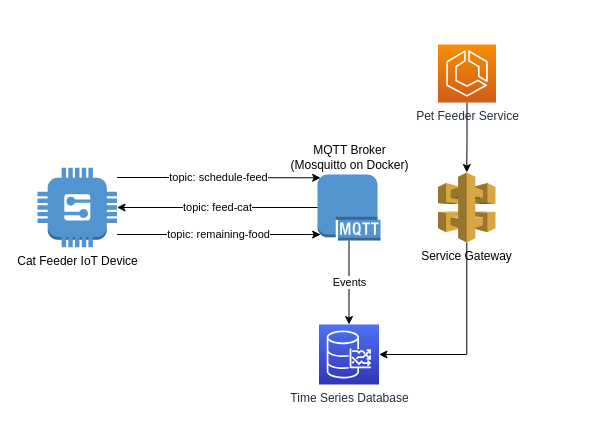
Before: ta_pet_feeder/pet_feeder_system_design.drawio in erdigokce/thingsaware, a draw.io diagram. Source tidied: cells renumbered, new cells numbered last; positions are measured from the earlier drawing's top-left corner, leaving out a move shared by most shapes. Both pictures are drawn from the tidied source at 100%, with x=0, y=0 at pixel (37, 44).
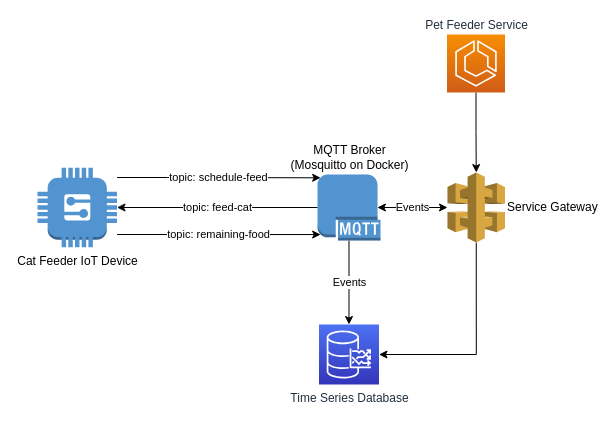
Above is the later version.

Commit message:
service talks with mqtt broker

Change to the diagram source:
```diff
@@
 <mxGraphModel>
   <root>
     <mxCell id="0" />
     <mxCell id="1" parent="0" />
     <mxCell id="2" value="Events" style="edgeStyle=orthogonalEdgeStyle;rounded=0;jettySize=auto;html=1;entryX=0.5;entryY=0;entryDx=0;entryDy=0;entryPerimeter=0;" parent="1" edge="1" source="3" target="8">
       <mxGeometry relative="1" as="geometry" />
     </mxCell>
     <mxCell id="3" value="MQTT Broker&lt;br&gt;(Mosquitto on Docker)" style="outlineConnect=0;dashed=0;verticalLabelPosition=top;verticalAlign=bottom;align=center;html=1;shape=mxgraph.aws3.mqtt_protocol;fillColor=#5294CF;gradientColor=none;labelPosition=center;" parent="1" vertex="1">
       <mxGeometry x="280" y="130" width="63" height="66" as="geometry" />
     </mxCell>
     <mxCell id="4" value="topic: feed-cat" style="edgeStyle=orthogonalEdgeStyle;rounded=0;jettySize=auto;html=1;entryX=0;entryY=0.5;entryDx=0;entryDy=0;entryPerimeter=0;startArrow=classic;startFill=1;endArrow=none;endFill=0;" parent="1" edge="1" source="7" target="3">
       <mxGeometry relative="1" as="geometry" />
     </mxCell>
     <mxCell id="5" value="topic: schedule-feed" style="edgeStyle=orthogonalEdgeStyle;rounded=0;jettySize=auto;html=1;entryX=0.05;entryY=0.05;entryDx=0;entryDy=0;entryPerimeter=0;startArrow=none;startFill=0;" parent="1" edge="1" source="7" target="3">
       <mxGeometry relative="1" as="geometry">
         <Array as="points">
           <mxPoint x="130" y="133" />
           <mxPoint x="130" y="133" />
         </Array>
       </mxGeometry>
     </mxCell>
     <mxCell id="6" value="topic: remaining-food" style="edgeStyle=orthogonalEdgeStyle;rounded=0;jettySize=auto;html=1;entryX=0.05;entryY=0.91;entryDx=0;entryDy=0;entryPerimeter=0;startArrow=none;startFill=0;endArrow=classic;endFill=1;" parent="1" edge="1" source="7" target="3">
       <mxGeometry relative="1" as="geometry">
         <Array as="points">
           <mxPoint x="130" y="190" />
           <mxPoint x="130" y="190" />
         </Array>
       </mxGeometry>
     </mxCell>
     <mxCell id="7" value="Cat Feeder IoT Device" style="outlineConnect=0;dashed=0;verticalLabelPosition=bottom;verticalAlign=top;align=center;html=1;shape=mxgraph.aws3.generic;fillColor=#5294CF;gradientColor=none;" parent="1" vertex="1">
       <mxGeometry y="123.2" width="79.5" height="79.5" as="geometry" />
     </mxCell>
     <mxCell id="8" value="Time Series Database" style="sketch=0;points=[[0,0,0],[0.25,0,0],[0.5,0,0],[0.75,0,0],[1,0,0],[0,1,0],[0.25,1,0],[0.5,1,0],[0.75,1,0],[1,1,0],[0,0.25,0],[0,0.5,0],[0,0.75,0],[1,0.25,0],[1,0.5,0],[1,0.75,0]];outlineConnect=0;fontColor=#232F3E;gradientColor=#4D72F3;gradientDirection=north;fillColor=#3334B9;strokeColor=#ffffff;dashed=0;verticalLabelPosition=bottom;verticalAlign=top;align=center;html=1;fontSize=12;fontStyle=0;shape=mxgraph.aws4.resourceIcon;resIcon=mxgraph.aws4.timestream;" parent="1" vertex="1">
       <mxGeometry x="281.5" y="280" width="60" height="60" as="geometry" />
     </mxCell>
     <mxCell id="9" style="edgeStyle=orthogonalEdgeStyle;rounded=0;jettySize=auto;html=1;entryX=0.5;entryY=0;entryDx=0;entryDy=0;entryPerimeter=0;startArrow=none;startFill=0;" parent="1" edge="1" source="10" target="12">
       <mxGeometry relative="1" as="geometry" />
     </mxCell>
-    <mxCell id="10" value="Pet Feeder Service" style="sketch=0;points=[[0,0,0],[0.25,0,0],[0.5,0,0],[0.75,0,0],[1,0,0],[0,1,0],[0.25,1,0],[0.5,1,0],[0.75,1,0],[1,1,0],[0,0.25,0],[0,0.5,0],[0,0.75,0],[1,0.25,0],[1,0.5,0],[1,0.75,0]];outlineConnect=0;fontColor=#232F3E;gradientColor=#F78E04;gradientDirection=north;fillColor=#D05C17;strokeColor=#ffffff;dashed=0;verticalLabelPosition=bottom;verticalAlign=top;align=center;html=1;fontSize=12;fontStyle=0;shape=mxgraph.aws4.resourceIcon;resIcon=mxgraph.aws4.ecs;" parent="1" vertex="1">
-      <mxGeometry x="400.5" width="58" height="58" as="geometry" />
+    <mxCell id="10" value="Pet Feeder Service" style="sketch=0;points=[[0,0,0],[0.25,0,0],[0.5,0,0],[0.75,0,0],[1,0,0],[0,1,0],[0.25,1,0],[0.5,1,0],[0.75,1,0],[1,1,0],[0,0.25,0],[0,0.5,0],[0,0.75,0],[1,0.25,0],[1,0.5,0],[1,0.75,0]];outlineConnect=0;fontColor=#232F3E;gradientColor=#F78E04;gradientDirection=north;fillColor=#D05C17;strokeColor=#ffffff;dashed=0;verticalLabelPosition=top;verticalAlign=bottom;align=center;html=1;fontSize=12;fontStyle=0;shape=mxgraph.aws4.resourceIcon;resIcon=mxgraph.aws4.ecs;labelPosition=center;" parent="1" vertex="1">
+      <mxGeometry x="409.5" y="-10" width="58" height="58" as="geometry" />
     </mxCell>
-    <mxCell id="11" style="edgeStyle=orthogonalEdgeStyle;rounded=0;jettySize=auto;html=1;entryX=1;entryY=0.5;entryDx=0;entryDy=0;entryPerimeter=0;startArrow=none;startFill=0;" parent="1" edge="1" source="12" target="8">
+    <mxCell id="11" style="edgeStyle=orthogonalEdgeStyle;rounded=0;jettySize=auto;html=1;entryX=1;entryY=0.5;entryDx=0;entryDy=0;entryPerimeter=0;startArrow=none;startFill=0;exitX=0.5;exitY=1;exitDx=0;exitDy=0;exitPerimeter=0;" parent="1" edge="1" source="12" target="8">
       <mxGeometry relative="1" as="geometry">
         <Array as="points">
-          <mxPoint x="429" y="310" />
+          <mxPoint x="439" y="310" />
         </Array>
       </mxGeometry>
     </mxCell>
+    <mxCell id="13" value="Events" style="edgeStyle=orthogonalEdgeStyle;rounded=0;jettySize=auto;html=1;entryX=0.95;entryY=0.5;entryDx=0;entryDy=0;entryPerimeter=0;startArrow=classic;startFill=1;" parent="1" edge="1" source="12" target="3">
+      <mxGeometry relative="1" as="geometry" />
+    </mxCell>
-    <mxCell id="12" value="Service Gateway" style="outlineConnect=0;dashed=0;verticalLabelPosition=bottom;verticalAlign=top;align=center;html=1;shape=mxgraph.aws3.api_gateway;fillColor=#D9A741;gradientColor=none;" parent="1" vertex="1">
-      <mxGeometry x="400.5" y="128" width="57.5" height="70" as="geometry" />
+    <mxCell id="12" value="Service Gateway" style="outlineConnect=0;dashed=0;verticalLabelPosition=middle;verticalAlign=middle;align=left;html=1;shape=mxgraph.aws3.api_gateway;fillColor=#D9A741;gradientColor=none;labelPosition=right;" parent="1" vertex="1">
+      <mxGeometry x="410" y="128" width="57.5" height="70" as="geometry" />
     </mxCell>
   </root>
 </mxGraphModel>
```
